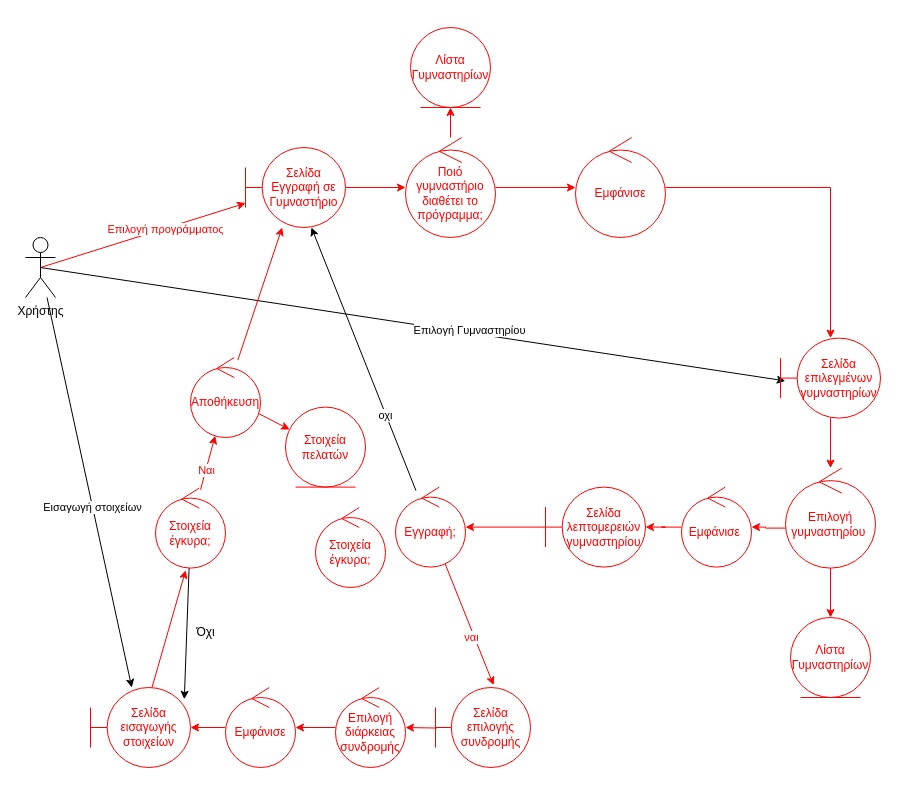
Before: ΤΕΤΑΡΤΟ ΠΑΡΑΔΟΤΕΟ/Διορθώσεις προηγούμενων παραδοτέων/Καινούργια robustness/rd_εγγραφή_σε_γυμναστήριο.drawio in Dionkaps/Eu-Zin, a draw.io diagram. Source tidied: cells renumbered, new cells numbered last; positions are measured from the earlier drawing's top-left corner, leaving out a move shared by most shapes. Both pictures are drawn from the tidied source at 100%, with x=0, y=0 at pixel (25, 27).
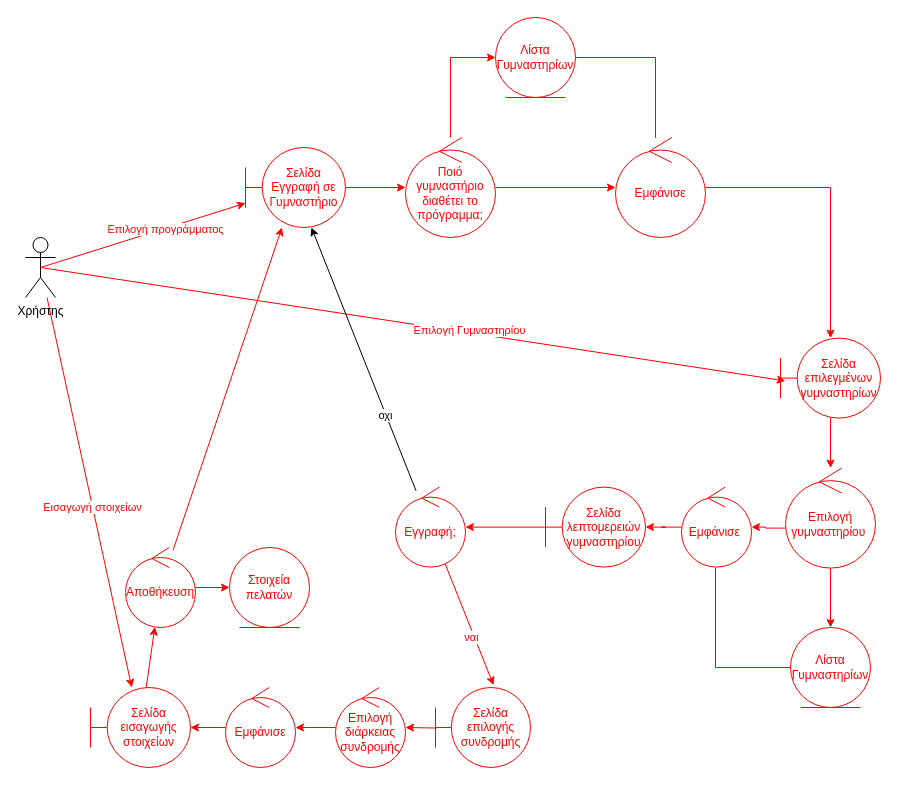
Above is the later version.

Unchanged cells that the change refers to:
```xml
<mxCell id="8" value="Χρήστης" style="shape=umlActor;verticalLabelPosition=bottom;verticalAlign=top;html=1;outlineConnect=0;" parent="1" vertex="1">
  <mxGeometry y="210" width="30" height="60" as="geometry" />
</mxCell>
<mxCell id="13" value="&lt;font color=&quot;#ff0000&quot;&gt;Ποιό γυμναστήριο διαθέτει το πρόγραμμα;&lt;/font&gt;" style="ellipse;shape=umlControl;whiteSpace=wrap;html=1;strokeColor=#FF0000;" parent="1" vertex="1">
  <mxGeometry x="380" y="110" width="90" height="100" as="geometry" />
</mxCell>
<mxCell id="19" value="&lt;font color=&quot;#ff0000&quot;&gt;Σελίδα επιλεγμένων γυμναστηρίων&lt;/font&gt;" style="shape=umlBoundary;whiteSpace=wrap;html=1;strokeColor=#FF0000;" parent="1" vertex="1">
  <mxGeometry x="755" y="310.6" width="100" height="80" as="geometry" />
</mxCell>
<mxCell id="21" value="&lt;font color=&quot;#ff0000&quot;&gt;Εμφάνισε&amp;nbsp;&lt;/font&gt;" style="ellipse;shape=umlControl;whiteSpace=wrap;html=1;strokeColor=#FF0000;" parent="1" vertex="1">
  <mxGeometry x="656" y="459.6" width="70" height="80" as="geometry" />
</mxCell>
<mxCell id="33" value="&lt;font color=&quot;#ff0000&quot;&gt;Σελίδα εισαγωγής στοιχείων&lt;/font&gt;" style="shape=umlBoundary;whiteSpace=wrap;html=1;strokeColor=#FF0000;" parent="1" vertex="1">
  <mxGeometry x="65" y="660" width="100" height="80" as="geometry" />
</mxCell>
```

What changed in the source:
```diff
@@
-    <mxCell id="4" style="rounded=0;jettySize=auto;html=1;exitX=0.5;exitY=0.5;exitDx=0;exitDy=0;exitPerimeter=0;entryX=0.048;entryY=0.535;entryDx=0;entryDy=0;entryPerimeter=0;" parent="1" edge="1" source="8" target="19">
+    <mxCell id="4" style="rounded=0;jettySize=auto;html=1;exitX=0.5;exitY=0.5;exitDx=0;exitDy=0;exitPerimeter=0;entryX=0.048;entryY=0.535;entryDx=0;entryDy=0;entryPerimeter=0;strokeColor=#FF0000;" parent="1" edge="1" source="8" target="19">
       <mxGeometry relative="1" as="geometry" />
     </mxCell>
-    <mxCell id="5" value="Επιλογή Γυμναστηρίου" style="edgeLabel;html=1;align=center;verticalAlign=middle;" parent="4" vertex="1">
+    <mxCell id="5" value="Επιλογή Γυμναστηρίου" style="edgeLabel;html=1;align=center;verticalAlign=middle;fontColor=#FF0000;" parent="4" vertex="1">
       <mxGeometry x="0.15" y="3" relative="1" as="geometry" />
     </mxCell>
-    <mxCell id="6" style="rounded=0;jettySize=auto;html=1;" parent="1" edge="1" source="8" target="33">
+    <mxCell id="6" style="rounded=0;jettySize=auto;html=1;strokeColor=#FF0000;" parent="1" edge="1" source="8" target="33">
       <mxGeometry relative="1" as="geometry" />
     </mxCell>
-    <mxCell id="7" value="Εισαγωγή στοιχείων" style="edgeLabel;html=1;align=center;verticalAlign=middle;" parent="6" vertex="1">
+    <mxCell id="7" value="Εισαγωγή στοιχείων" style="edgeLabel;html=1;align=center;verticalAlign=middle;fontColor=#FF0000;" parent="6" vertex="1">
       <mxGeometry x="0.07" y="-1" relative="1" as="geometry" />
     </mxCell>
@@
     <mxCell id="11" style="edgeStyle=orthogonalEdgeStyle;rounded=0;jettySize=auto;html=1;strokeColor=#FF0000;" parent="1" edge="1" source="13" target="14">
-      <mxGeometry relative="1" as="geometry" />
+      <mxGeometry relative="1" as="geometry">
+        <Array as="points">
+          <mxPoint x="425" y="30" />
+        </Array>
+      </mxGeometry>
     </mxCell>
@@
     <mxCell id="14" value="&lt;font color=&quot;#ff0000&quot;&gt;Λίστα Γυμναστηρίων&lt;/font&gt;" style="ellipse;shape=umlEntity;whiteSpace=wrap;html=1;strokeColor=#FF0000;" parent="1" vertex="1">
-      <mxGeometry x="385" width="80" height="80" as="geometry" />
+      <mxGeometry x="470" y="-10" width="80" height="80" as="geometry" />
     </mxCell>
@@
+    <mxCell id="50" style="edgeStyle=orthogonalEdgeStyle;rounded=0;jettySize=auto;html=1;strokeColor=#FF0000;endArrow=none;endFill=0;" parent="1" edge="1" source="16" target="14">
+      <mxGeometry relative="1" as="geometry">
+        <Array as="points">
+          <mxPoint x="630" y="30" />
+        </Array>
+      </mxGeometry>
+    </mxCell>
     <mxCell id="16" value="&lt;font color=&quot;#ff0000&quot;&gt;Εμφάνισε&lt;/font&gt;" style="ellipse;shape=umlControl;whiteSpace=wrap;html=1;strokeColor=#FF0000;" parent="1" vertex="1">
-      <mxGeometry x="550" y="110" width="90" height="100" as="geometry" />
+      <mxGeometry x="590" y="110" width="90" height="100" as="geometry" />
     </mxCell>
@@
+    <mxCell id="51" style="edgeStyle=orthogonalEdgeStyle;rounded=0;jettySize=auto;html=1;exitX=0;exitY=0.5;exitDx=0;exitDy=0;entryX=0.486;entryY=1.005;entryDx=0;entryDy=0;entryPerimeter=0;strokeColor=#FF0000;endArrow=none;endFill=0;" parent="1" edge="1" source="26" target="21">
+      <mxGeometry relative="1" as="geometry" />
+    </mxCell>
     <mxCell id="26" value="&lt;font color=&quot;#ff0000&quot;&gt;Λίστα Γυμναστηρίων&lt;/font&gt;" style="ellipse;shape=umlEntity;whiteSpace=wrap;html=1;strokeColor=#FF0000;" parent="1" vertex="1">
-      <mxGeometry x="765" y="590" width="80" height="80" as="geometry" />
+      <mxGeometry x="765" y="600" width="80" height="80" as="geometry" />
     </mxCell>
@@
-    <mxCell id="32" style="rounded=0;jettySize=auto;html=1;strokeColor=#FF0000;entryX=0.431;entryY=1.027;entryDx=0;entryDy=0;entryPerimeter=0;" parent="1" edge="1" source="33" target="47">
+    <mxCell id="32" style="rounded=0;jettySize=auto;html=1;strokeColor=#FF0000;" parent="1" edge="1" source="33" target="42">
       <mxGeometry relative="1" as="geometry" />
     </mxCell>
@@
     <mxCell id="42" value="&lt;font color=&quot;#ff0000&quot;&gt;Αποθήκευση&lt;/font&gt;" style="ellipse;shape=umlControl;whiteSpace=wrap;html=1;strokeColor=#FF0000;" parent="1" vertex="1">
-      <mxGeometry x="165" y="330" width="70" height="80" as="geometry" />
+      <mxGeometry x="100" y="520" width="70" height="80" as="geometry" />
     </mxCell>
     <mxCell id="43" value="&lt;font color=&quot;#ff0000&quot;&gt;Στοιχεία πελατών&lt;/font&gt;" style="ellipse;shape=umlEntity;whiteSpace=wrap;html=1;strokeColor=#FF0000;" parent="1" vertex="1">
-      <mxGeometry x="260" y="379.6" width="80" height="80" as="geometry" />
+      <mxGeometry x="204" y="520" width="80" height="80" as="geometry" />
     </mxCell>
-    <mxCell id="44" style="rounded=0;jettySize=auto;html=1;strokeColor=#FF0000;" parent="1" edge="1" source="47" target="42">
-      <mxGeometry relative="1" as="geometry" />
-    </mxCell>
-    <mxCell id="45" value="&lt;font color=&quot;#ff0000&quot;&gt;Ναι&lt;/font&gt;" style="edgeLabel;html=1;align=center;verticalAlign=middle;" parent="44" vertex="1">
-      <mxGeometry x="-0.26" relative="1" as="geometry" />
-    </mxCell>
-    <mxCell id="46" style="rounded=0;jettySize=auto;html=1;entryX=0.938;entryY=0.147;entryDx=0;entryDy=0;entryPerimeter=0;" parent="1" edge="1" source="47" target="33">
-      <mxGeometry relative="1" as="geometry" />
-    </mxCell>
-    <mxCell id="47" value="&lt;font color=&quot;#ff0000&quot;&gt;Στοιχεία έγκυρα;&lt;/font&gt;" style="ellipse;shape=umlControl;whiteSpace=wrap;html=1;strokeColor=#FF0000;" parent="1" vertex="1">
-      <mxGeometry x="130" y="460.6" width="70" height="80" as="geometry" />
-    </mxCell>
-    <mxCell id="48" value="&lt;font color=&quot;#ff0000&quot;&gt;Στοιχεία έγκυρα;&lt;/font&gt;" style="ellipse;shape=umlControl;whiteSpace=wrap;html=1;strokeColor=#FF0000;" parent="1" vertex="1">
-      <mxGeometry x="290" y="480" width="70" height="80" as="geometry" />
-    </mxCell>
-    <mxCell id="49" value="Όχι" style="text;html=1;align=center;verticalAlign=middle;strokeColor=none;fillColor=none;" parent="1" vertex="1">
-      <mxGeometry x="160" y="590" width="40" height="30" as="geometry" />
-    </mxCell>
```
